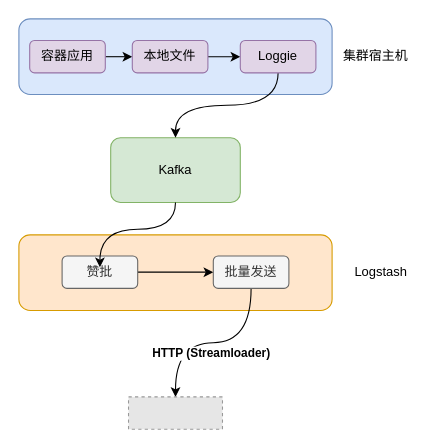
Earlier version of the draw.io diagram page "数据写入方案一" (1 of 3) of Doris接入分享.drawio (maxuewen/draw.io). Source tidied: cells renumbered, new cells numbered last; positions are measured from the earlier drawing's top-left corner, leaving out a move shared by most shapes. Both pictures are drawn from the tidied source at 108%, with x=0, y=0 at pixel (18, 18). Pictures stored in the file or linked from it are replaced by grey dashed boxes.
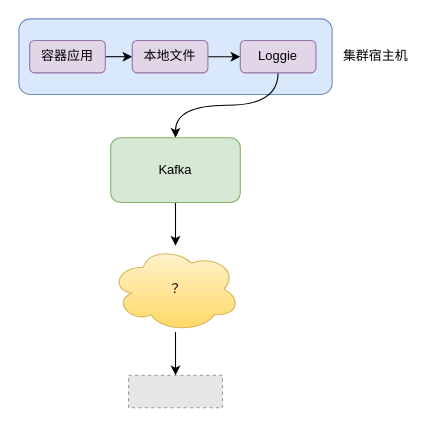
Above is the later version.

Unchanged cells that the change refers to:
```xml
<mxCell id="4" value="Kafka" style="rounded=1;whiteSpace=wrap;html=1;fillColor=#d5e8d4;strokeColor=#82b366;" parent="1" vertex="1">
  <mxGeometry x="85" y="110" width="120" height="60" as="geometry" />
</mxCell>
```

The edit, as a diff of the source:
```diff
@@
-    <mxCell id="2" style="rounded=1;whiteSpace=wrap;html=1;fillColor=#ffe6cc;strokeColor=#d79b00;" parent="1" vertex="1">
-      <mxGeometry y="200" width="290" height="70" as="geometry" />
-    </mxCell>
@@
+    <mxCell id="20" style="edgeStyle=orthogonalEdgeStyle;rounded=0;jettySize=auto;html=1;" parent="1" edge="1" source="4" target="22">
+      <mxGeometry relative="1" as="geometry" />
+    </mxCell>
@@
-    <mxCell id="11" style="edgeStyle=orthogonalEdgeStyle;rounded=0;jettySize=auto;html=1;" parent="1" edge="1" source="12" target="15">
-      <mxGeometry relative="1" as="geometry" />
-    </mxCell>
-    <mxCell id="12" value="赞批" style="rounded=1;whiteSpace=wrap;html=1;fillColor=#f5f5f5;strokeColor=#666666;fontColor=#333333;" parent="1" vertex="1">
-      <mxGeometry x="40" y="219.5" width="70" height="30" as="geometry" />
-    </mxCell>
-    <mxCell id="13" style="edgeStyle=orthogonalEdgeStyle;rounded=0;jettySize=auto;html=1;curved=1;" parent="1" edge="1" source="15" target="19">
-      <mxGeometry relative="1" as="geometry" />
-    </mxCell>
-    <mxCell id="14" value="&lt;b&gt;HTTP (Streaml&lt;span style=&quot;background-color: light-dark(#ffffff, var(--ge-dark-color, #121212)); color: light-dark(rgb(0, 0, 0), rgb(255, 255, 255));&quot;&gt;oader)&lt;/span&gt;&lt;/b&gt;" style="edgeLabel;html=1;align=center;verticalAlign=middle;" parent="13" vertex="1">
-      <mxGeometry x="-0.09" y="-2" relative="1" as="geometry">
-        <mxPoint x="-10" y="12" as="offset" />
-      </mxGeometry>
-    </mxCell>
-    <mxCell id="15" value="批量发送" style="rounded=1;whiteSpace=wrap;html=1;fillColor=#f5f5f5;strokeColor=#666666;fontColor=#333333;" parent="1" vertex="1">
-      <mxGeometry x="180" y="219.5" width="70" height="30" as="geometry" />
-    </mxCell>
@@
-    <mxCell id="17" value="Logstash" style="text;html=1;align=center;verticalAlign=middle;strokeColor=none;fillColor=none;" parent="1" vertex="1">
-      <mxGeometry x="300" y="219.5" width="70" height="30" as="geometry" />
-    </mxCell>
-    <mxCell id="18" style="edgeStyle=orthogonalEdgeStyle;rounded=0;jettySize=auto;html=1;entryX=0.5;entryY=0.35;entryDx=0;entryDy=0;entryPerimeter=0;curved=1;" parent="1" edge="1" source="4" target="12">
-      <mxGeometry relative="1" as="geometry" />
-    </mxCell>
     <mxCell id="19" style="fillColor=#E6E6E6;strokeColor=#999999;dashed=1;verticalLabelPosition=bottom;labelBackgroundColor=default;verticalAlign=top;" parent="1" vertex="1">
-      <mxGeometry x="101.5" y="350" width="87" height="30" as="geometry" />
+      <mxGeometry x="101.5" y="330" width="87" height="30" as="geometry" />
     </mxCell>
+    <mxCell id="21" style="edgeStyle=orthogonalEdgeStyle;rounded=0;jettySize=auto;html=1;" parent="1" edge="1" source="22" target="19">
+      <mxGeometry relative="1" as="geometry" />
+    </mxCell>
+    <mxCell id="22" value="？" style="ellipse;shape=cloud;whiteSpace=wrap;html=1;fillColor=#fff2cc;strokeColor=#d6b656;gradientColor=#ffd966;" parent="1" vertex="1">
+      <mxGeometry x="85" y="210" width="120" height="80" as="geometry" />
+    </mxCell>
```
